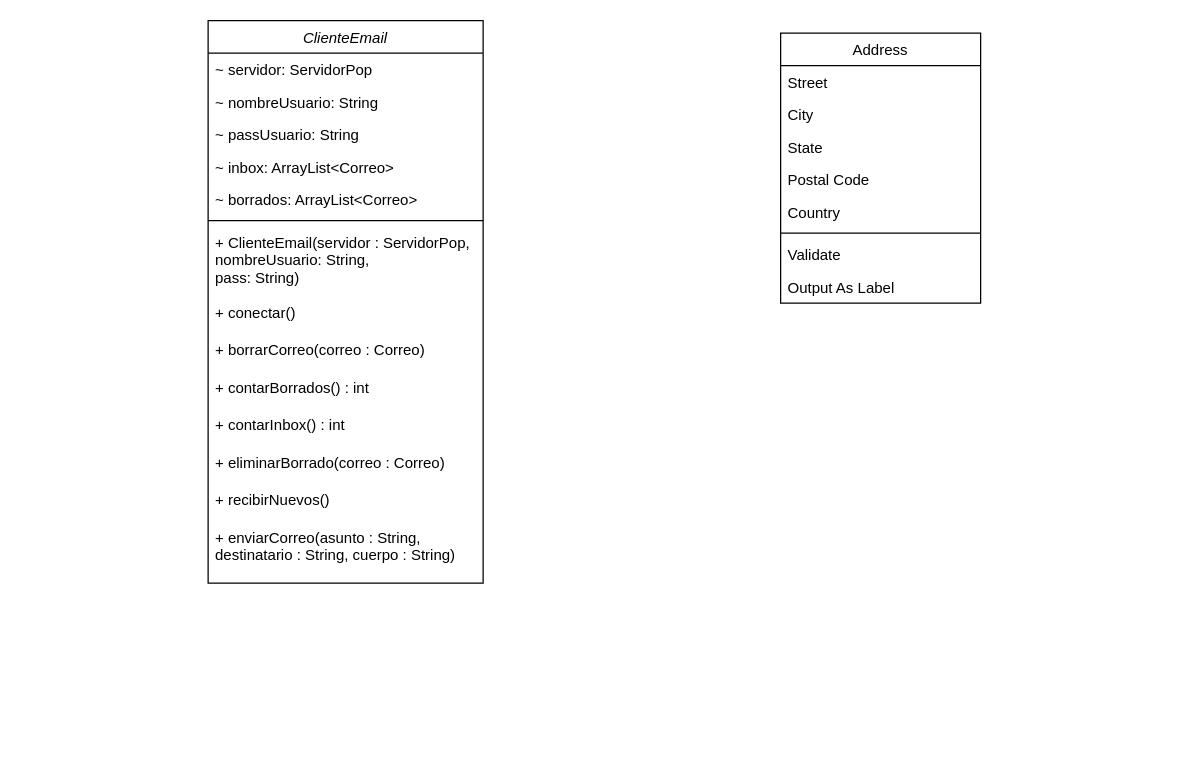
Medina-Ivan-Angel/unqui-po2-medina keeps this draw.io diagram as src/ar/edu/unq/po2/tp6/ClienteEmail UML (punto1).drawio. Above is the earlier version. Source tidied: cells renumbered, new cells numbered last; positions are measured from the earlier drawing's top-left corner, leaving out a move shared by most shapes. Both pictures are drawn from the tidied source at 125%, with x=0, y=0 at pixel (208, 20).
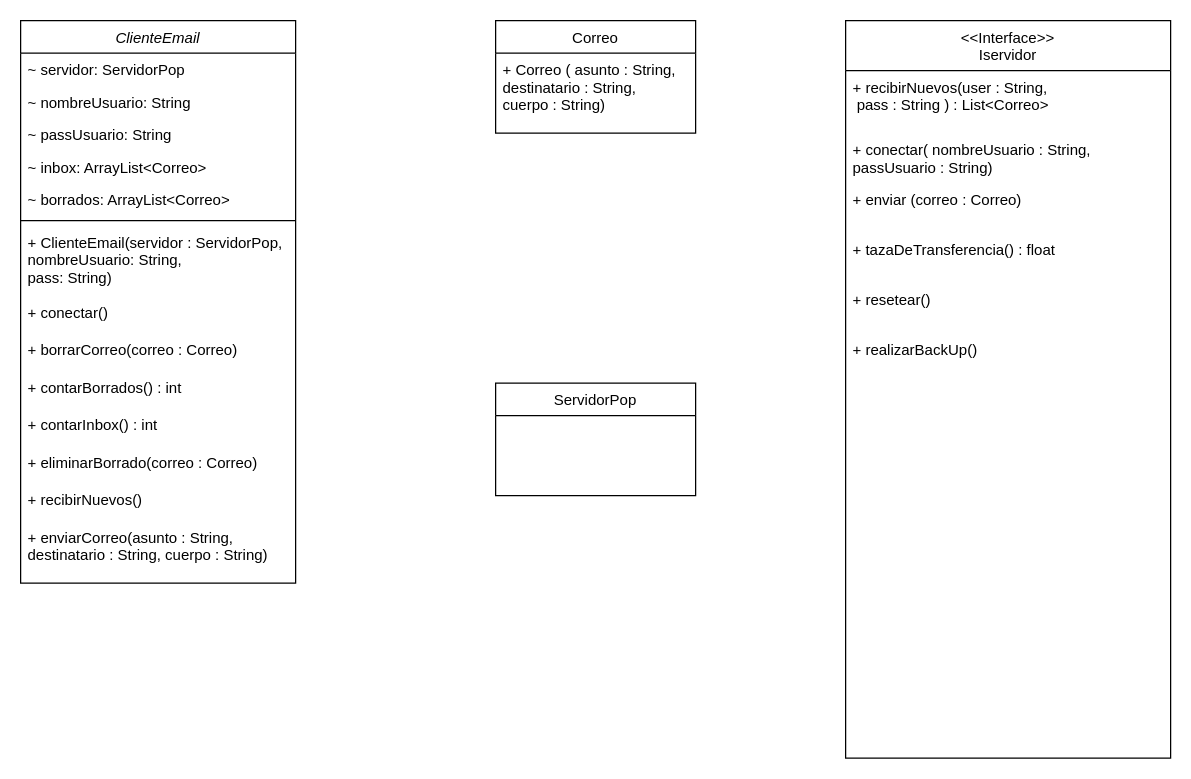
After the change.

What changed in the source:
```diff
@@
     <mxCell id="2" value="ClienteEmail" style="swimlane;fontStyle=2;align=center;verticalAlign=top;horizontal=1;startSize=26;rounded=0;shadow=0;strokeWidth=1;" parent="1" vertex="1">
-      <mxGeometry width="220" height="450" as="geometry" />
+      <mxGeometry x="-150" width="220" height="450" as="geometry" />
     </mxCell>
@@
-    <mxCell id="17" value="Address" style="swimlane;fontStyle=0;align=center;verticalAlign=top;horizontal=1;startSize=26;rounded=0;shadow=0;strokeWidth=1;" parent="1" vertex="1">
-      <mxGeometry x="458" y="10" width="160" height="216" as="geometry" />
+    <mxCell id="17" value="&lt;&lt;Interface&gt;&gt;&#10;Iservidor&#10;" style="swimlane;fontStyle=0;align=center;verticalAlign=top;horizontal=1;startSize=40;rounded=0;shadow=0;strokeWidth=1;" parent="1" vertex="1">
+      <mxGeometry x="510" width="260" height="590" as="geometry" />
     </mxCell>
-    <mxCell id="18" value="Street" style="text;align=left;verticalAlign=top;spacingLeft=4;spacingRight=4;overflow=hidden;" parent="17" vertex="1">
-      <mxGeometry y="26" width="160" height="26" as="geometry" />
-    </mxCell>
-    <mxCell id="19" value="City" style="text;align=left;verticalAlign=top;spacingLeft=4;spacingRight=4;overflow=hidden;rounded=0;shadow=0;html=0;" parent="17" vertex="1">
-      <mxGeometry y="52" width="160" height="26" as="geometry" />
-    </mxCell>
-    <mxCell id="20" value="State" style="text;align=left;verticalAlign=top;spacingLeft=4;spacingRight=4;overflow=hidden;rounded=0;shadow=0;html=0;" parent="17" vertex="1">
-      <mxGeometry y="78" width="160" height="26" as="geometry" />
-    </mxCell>
-    <mxCell id="21" value="Postal Code" style="text;align=left;verticalAlign=top;spacingLeft=4;spacingRight=4;overflow=hidden;rounded=0;shadow=0;html=0;" parent="17" vertex="1">
-      <mxGeometry y="104" width="160" height="26" as="geometry" />
-    </mxCell>
-    <mxCell id="22" value="Country" style="text;align=left;verticalAlign=top;spacingLeft=4;spacingRight=4;overflow=hidden;rounded=0;shadow=0;html=0;" parent="17" vertex="1">
-      <mxGeometry y="130" width="160" height="26" as="geometry" />
-    </mxCell>
-    <mxCell id="23" style="line;html=1;strokeWidth=1;align=left;verticalAlign=middle;spacingTop=-1;spacingLeft=3;spacingRight=3;labelPosition=right;" parent="17" vertex="1">
-      <mxGeometry y="156" width="160" height="8" as="geometry" />
-    </mxCell>
-    <mxCell id="24" value="Validate" style="text;align=left;verticalAlign=top;spacingLeft=4;spacingRight=4;overflow=hidden;" parent="17" vertex="1">
-      <mxGeometry y="164" width="160" height="26" as="geometry" />
+    <mxCell id="24" value="+ recibirNuevos(user : String,&#10; pass : String ) : List&lt;Correo&gt;&#10;&#10; " style="text;align=left;verticalAlign=top;spacingLeft=4;spacingRight=4;overflow=hidden;" parent="17" vertex="1">
+      <mxGeometry y="40" width="260" height="50" as="geometry" />
     </mxCell>
-    <mxCell id="25" value="Output As Label" style="text;align=left;verticalAlign=top;spacingLeft=4;spacingRight=4;overflow=hidden;" parent="17" vertex="1">
-      <mxGeometry y="190" width="160" height="26" as="geometry" />
+    <mxCell id="25" value="+ conectar( nombreUsuario : String, &#10;passUsuario : String)" style="text;align=left;verticalAlign=top;spacingLeft=4;spacingRight=4;overflow=hidden;" parent="17" vertex="1">
+      <mxGeometry y="90" width="260" height="40" as="geometry" />
     </mxCell>
+    <mxCell id="26" value="+ enviar (correo : Correo)" style="text;align=left;verticalAlign=top;spacingLeft=4;spacingRight=4;overflow=hidden;" parent="17" vertex="1">
+      <mxGeometry y="130" width="260" height="40" as="geometry" />
+    </mxCell>
+    <mxCell id="27" value="+ tazaDeTransferencia() : float" style="text;align=left;verticalAlign=top;spacingLeft=4;spacingRight=4;overflow=hidden;" parent="17" vertex="1">
+      <mxGeometry y="170" width="260" height="40" as="geometry" />
+    </mxCell>
+    <mxCell id="28" value="+ resetear()" style="text;align=left;verticalAlign=top;spacingLeft=4;spacingRight=4;overflow=hidden;" parent="17" vertex="1">
+      <mxGeometry y="210" width="260" height="40" as="geometry" />
+    </mxCell>
+    <mxCell id="29" value="+ realizarBackUp()" style="text;align=left;verticalAlign=top;spacingLeft=4;spacingRight=4;overflow=hidden;" parent="17" vertex="1">
+      <mxGeometry y="250" width="260" height="40" as="geometry" />
+    </mxCell>
+    <mxCell id="30" value="Correo" style="swimlane;fontStyle=0;align=center;verticalAlign=top;horizontal=1;startSize=26;rounded=0;shadow=0;strokeWidth=1;" parent="1" vertex="1">
+      <mxGeometry x="230" width="160" height="90" as="geometry" />
+    </mxCell>
+    <mxCell id="31" value="+ Correo ( asunto : String,&#10;destinatario : String, &#10;cuerpo : String)" style="text;align=left;verticalAlign=top;spacingLeft=4;spacingRight=4;overflow=hidden;" parent="30" vertex="1">
+      <mxGeometry y="26" width="160" height="54" as="geometry" />
+    </mxCell>
+    <mxCell id="32" value="ServidorPop" style="swimlane;fontStyle=0;align=center;verticalAlign=top;horizontal=1;startSize=26;rounded=0;shadow=0;strokeWidth=1;" parent="1" vertex="1">
+      <mxGeometry x="230" y="290" width="160" height="90" as="geometry" />
+    </mxCell>
```
